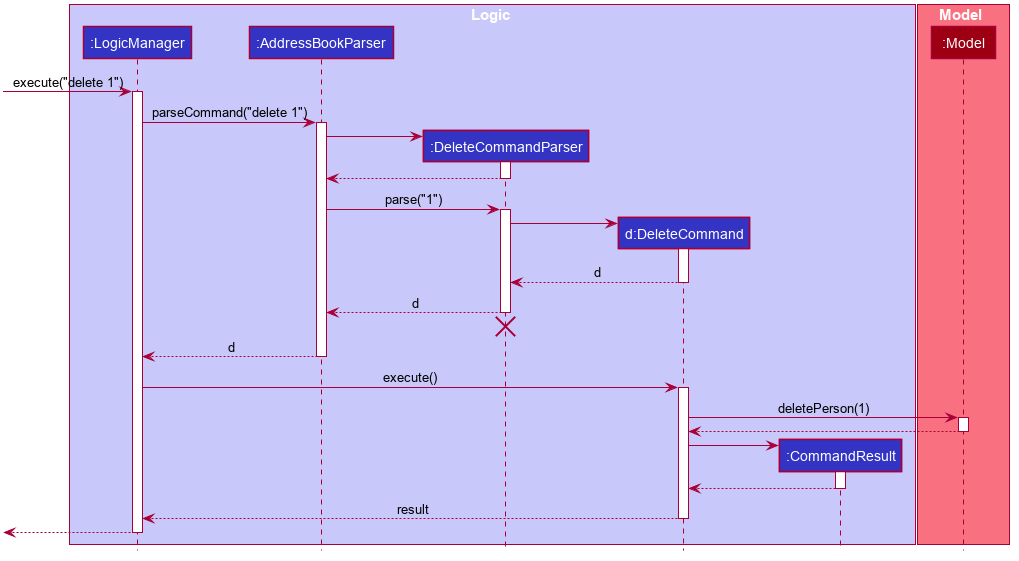
Before: docs/images/DeleteSequenceDiagram.png, a diagram exported from PlantUML (nus-cs2103-AY2021S2/tp).
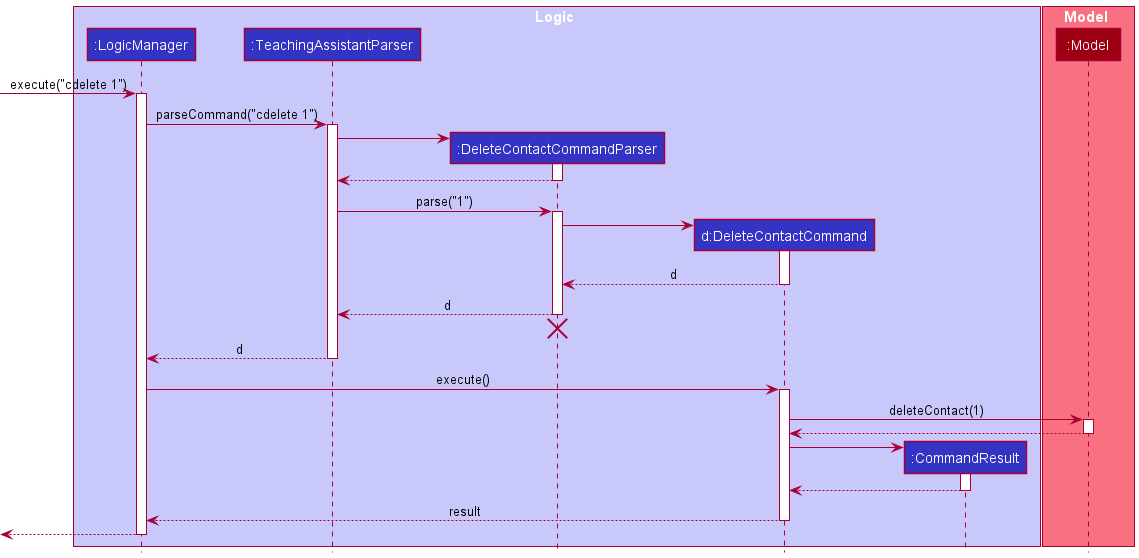
After the commit.

What changed in the source:
```diff
@@ -1,114 +1,67 @@
 @startuml
+!include style.puml
 
-
-
-
-
-
-
-
-skinparam BackgroundColor #FFFFFFF
-
-skinparam Shadowing false
-
-skinparam Class {
-    FontColor #FFFFFF
-    BorderThickness 1
-    BorderColor #FFFFFF
-    StereotypeFontColor #FFFFFF
-    FontName Arial
-}
-
-skinparam Actor {
-    BorderColor #000000
-    Color #000000
-    FontName Arial
-}
-
-skinparam Sequence {
-    MessageAlign center
-    BoxFontSize 15
-    BoxPadding 0
-    BoxFontColor #FFFFFF
-    FontName Arial
-}
-
-skinparam Participant {
-    FontColor #FFFFFFF
-    Padding 20
-}
-
-skinparam MinClassWidth 50
-skinparam ParticipantPadding 10
-skinparam Shadowing false
-skinparam DefaultTextAlignment center
-skinparam packageStyle Rectangle
-
-hide footbox
-hide members
-hide circle
-
-box Logic #C8C8FA
-participant ":LogicManager" as LogicManager #3333C4
-participant ":AddressBookParser" as AddressBookParser #3333C4
-participant ":DeleteCommandParser" as DeleteCommandParser #3333C4
-participant "d:DeleteCommand" as DeleteCommand #3333C4
-participant ":CommandResult" as CommandResult #3333C4
+box Logic LOGIC_COLOR_T1
+participant ":LogicManager" as LogicManager LOGIC_COLOR
+participant ":TeachingAssistantParser" as TeachingAssistantParser LOGIC_COLOR
+participant ":DeleteContactCommandParser" as DeleteContactCommandParser LOGIC_COLOR
+participant "d:DeleteContactCommand" as DeleteContactCommand LOGIC_COLOR
+participant ":CommandResult" as CommandResult LOGIC_COLOR
 end box
 
-box Model #F97181
-participant ":Model" as Model #9D0012
+box Model MODEL_COLOR_T1
+participant ":Model" as Model MODEL_COLOR
 end box
 
-[-> LogicManager : execute("delete 1")
+[-> LogicManager : execute("cdelete 1")
 activate LogicManager
 
-LogicManager -> AddressBookParser : parseCommand("delete 1")
-activate AddressBookParser
+LogicManager -> TeachingAssistantParser : parseCommand("cdelete 1")
+activate TeachingAssistantParser
 
-create DeleteCommandParser
-AddressBookParser -> DeleteCommandParser
-activate DeleteCommandParser
+create DeleteContactCommandParser
+TeachingAssistantParser -> DeleteContactCommandParser
+activate DeleteContactCommandParser
 
-DeleteCommandParser --> AddressBookParser
-deactivate DeleteCommandParser
+DeleteContactCommandParser --> TeachingAssistantParser
+deactivate DeleteContactCommandParser
 
-AddressBookParser -> DeleteCommandParser : parse("1")
-activate DeleteCommandParser
+TeachingAssistantParser -> DeleteContactCommandParser : parse("1")
+activate DeleteContactCommandParser
 
-create DeleteCommand
-DeleteCommandParser -> DeleteCommand
-activate DeleteCommand
+create DeleteContactCommand
+DeleteContactCommandParser -> DeleteContactCommand
+activate DeleteContactCommand
 
-DeleteCommand --> DeleteCommandParser : d
-deactivate DeleteCommand
+DeleteContactCommand --> DeleteContactCommandParser : d
+deactivate DeleteContactCommand
 
-DeleteCommandParser --> AddressBookParser : d
-deactivate DeleteCommandParser
-DeleteCommandParser -[hidden]-> AddressBookParser
-destroy DeleteCommandParser
+DeleteContactCommandParser --> TeachingAssistantParser : d
+deactivate DeleteContactCommandParser
+DeleteContactCommandParser -[hidden]-> TeachingAssistantParser
+destroy DeleteContactCommandParser
 
-AddressBookParser --> LogicManager : d
-deactivate AddressBookParser
+TeachingAssistantParser --> LogicManager : d
+deactivate TeachingAssistantParser
 
-LogicManager -> DeleteCommand : execute()
-activate DeleteCommand
+LogicManager -> DeleteContactCommand : execute()
+activate DeleteContactCommand
 
-DeleteCommand -> Model : deletePerson(1)
+DeleteContactCommand -> Model : deleteContact(1)
 activate Model
 
-Model --> DeleteCommand
+Model --> DeleteContactCommand
 deactivate Model
 
 create CommandResult
-DeleteCommand -> CommandResult
+DeleteContactCommand -> CommandResult
 activate CommandResult
 
-CommandResult --> DeleteCommand
+CommandResult --> DeleteContactCommand
 deactivate CommandResult
 
-DeleteCommand --> LogicManager : result
-deactivate DeleteCommand
+DeleteContactCommand --> LogicManager : result
+deactivate DeleteContactCommand
 
 [<--LogicManager
 deactivate LogicManager
```
